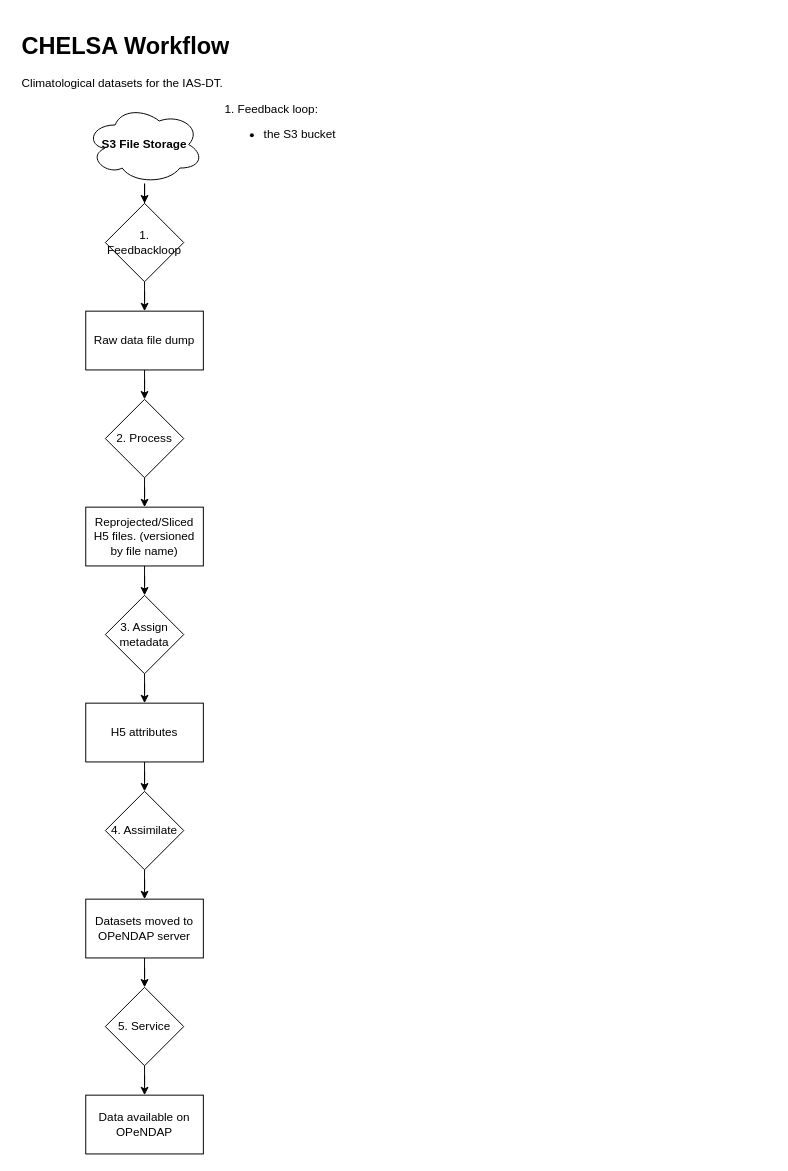
Earlier version of the draw.io diagram page "chelsa" (4 of 4) of references/architecture/IASDT-dataflow.drawio (BioDT/uc-ias-workflows). Source tidied: cells renumbered, new cells numbered last; positions are measured from the earlier drawing's top-left corner, leaving out a move shared by most shapes. Both pictures are drawn from the tidied source at 98%, with x=0, y=0 at pixel (17, 26).
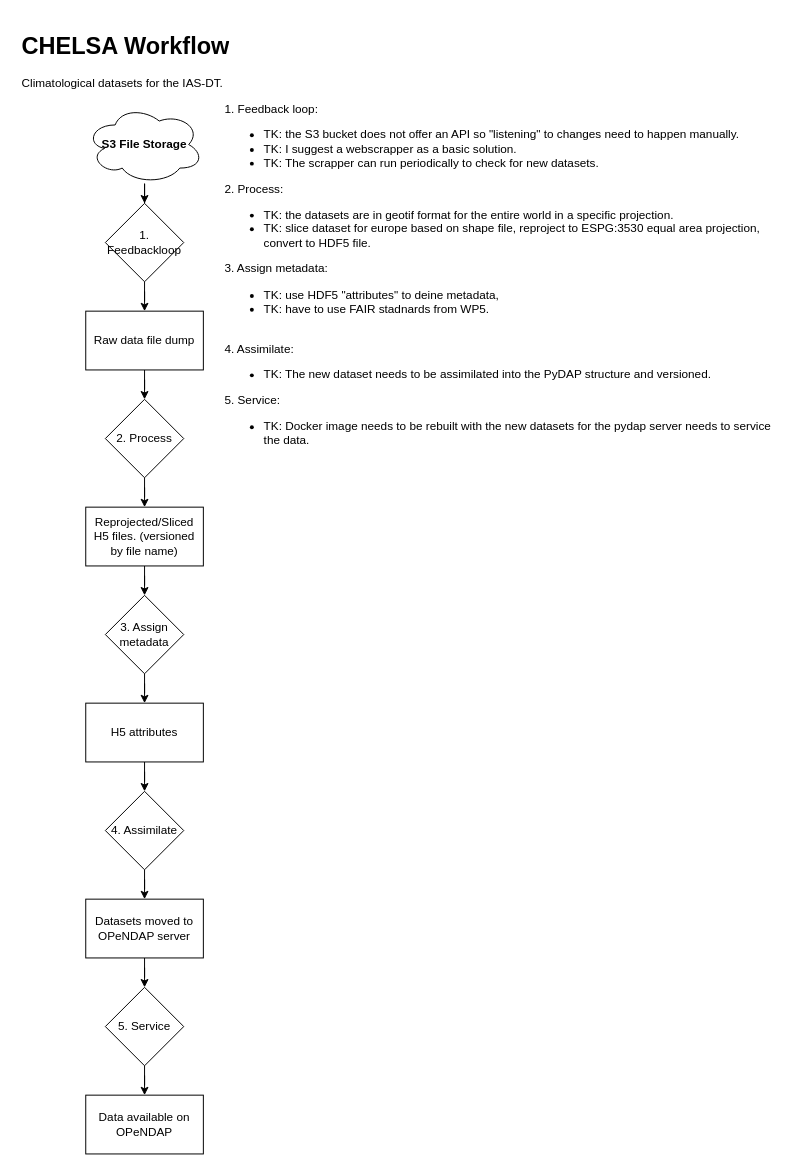
The same page after the edit.

What changed in the source:
```diff
@@
-    <mxCell id="24" value="&lt;span style=&quot;background-color: initial;&quot;&gt;1. Feedback loop: &lt;/span&gt;&lt;br style=&quot;background-color: initial;&quot;&gt;&lt;ul&gt;&lt;li&gt;&lt;span style=&quot;background-color: initial;&quot;&gt;the S3 bucket&amp;nbsp;&amp;nbsp;&lt;/span&gt;&lt;/li&gt;&lt;/ul&gt;" style="text;html=1;align=left;verticalAlign=top;whiteSpace=wrap;rounded=0;fontSize=12;labelBorderColor=none;labelBackgroundColor=none;shadow=0;" parent="1" vertex="1">
+    <mxCell id="24" value="&lt;span style=&quot;background-color: initial;&quot;&gt;1. Feedback loop: &lt;/span&gt;&lt;br style=&quot;background-color: initial;&quot;&gt;&lt;ul&gt;&lt;li&gt;&lt;span style=&quot;background-color: initial;&quot;&gt;TK: the S3 bucket does not offer an API so &quot;listening&quot; to changes need to happen manually.&lt;/span&gt;&lt;/li&gt;&lt;li&gt;&lt;span style=&quot;background-color: initial;&quot;&gt;TK: I suggest a webscrapper as a basic solution.&amp;nbsp;&lt;/span&gt;&lt;/li&gt;&lt;li&gt;&lt;span style=&quot;background-color: initial;&quot;&gt;TK: The scrapper can run periodically to check for new datasets.&amp;nbsp;&lt;/span&gt;&lt;/li&gt;&lt;/ul&gt;&lt;span style=&quot;background-color: initial;&quot;&gt;2. Process:&lt;br&gt;&lt;ul&gt;&lt;li&gt;&lt;span style=&quot;background-color: initial;&quot;&gt;TK: the datasets are in geotif format for the entire world in a specific projection.&lt;/span&gt;&lt;/li&gt;&lt;li&gt;&lt;span style=&quot;background-color: initial;&quot;&gt;TK: slice dataset for europe based on shape file, reproject to ESPG:3530 equal area projection, convert to HDF5 file.&lt;/span&gt;&lt;/li&gt;&lt;/ul&gt;&lt;div&gt;3. Assign metadata:&lt;/div&gt;&lt;div&gt;&lt;ul&gt;&lt;li&gt;TK: use HDF5 &quot;attributes&quot; to deine metadata,&lt;/li&gt;&lt;li&gt;TK: have to use FAIR stadnards from WP5.&lt;/li&gt;&lt;/ul&gt;&lt;div&gt;&lt;br&gt;&lt;/div&gt;&lt;/div&gt;&lt;div&gt;4. Assimilate:&lt;/div&gt;&lt;div&gt;&lt;ul&gt;&lt;li&gt;TK: The new dataset needs to be assimilated into the PyDAP structure and versioned.&lt;/li&gt;&lt;/ul&gt;&lt;div&gt;5. Service:&lt;/div&gt;&lt;/div&gt;&lt;div&gt;&lt;ul&gt;&lt;li&gt;TK: Docker image needs to be rebuilt with the new datasets for the pydap server needs to service the data.&amp;nbsp;&lt;/li&gt;&lt;/ul&gt;&lt;/div&gt;&lt;/span&gt;" style="text;html=1;align=left;verticalAlign=top;whiteSpace=wrap;rounded=0;fontSize=12;labelBorderColor=none;labelBackgroundColor=none;shadow=0;" parent="1" vertex="1">
       <mxGeometry x="210" y="70" width="560" height="1070" as="geometry" />
     </mxCell>
```
